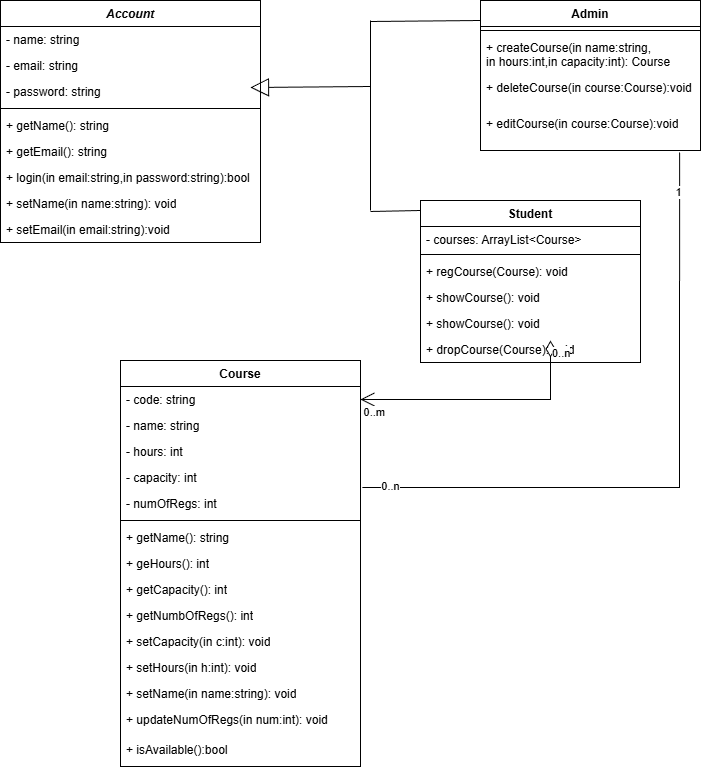
Before: class diagram/ClassDiagram.png, a diagram exported from draw.io (mahmoud-hassan1/SWE_Project). Source tidied: cells renumbered, new cells last; positions are measured from the earlier drawing's top-left corner, leaving out a move shared by most shapes.
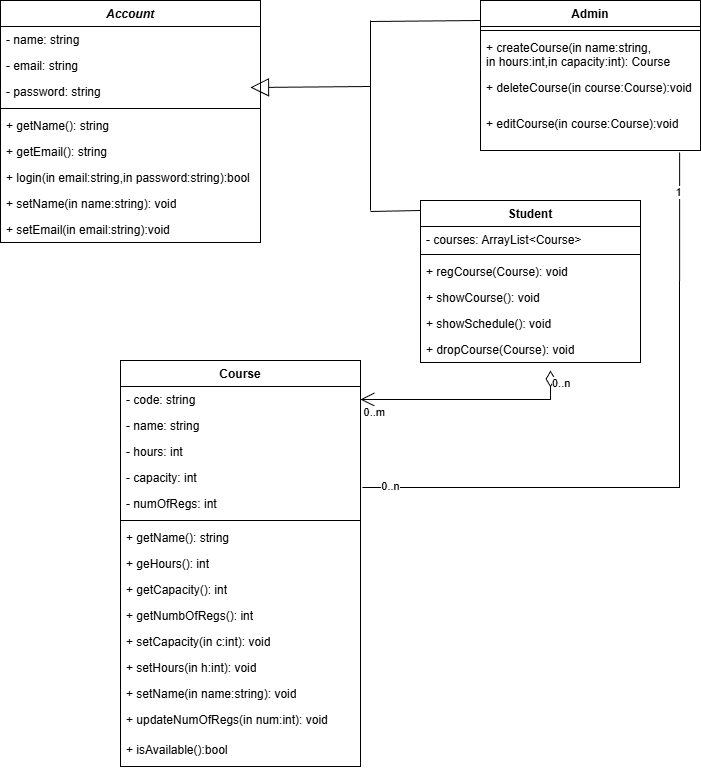
Later version of the same file.

Commit message:
fix class diagram

What changed in the source:
```diff
@@ -110,7 +110,7 @@
     <mxCell id="37" value="+ showCourse(): void" style="text;strokeColor=none;fillColor=none;align=left;verticalAlign=top;spacingLeft=4;spacingRight=4;overflow=hidden;whiteSpace=wrap;html=1;" parent="33" vertex="1">
       <mxGeometry y="84" width="220" height="26" as="geometry" />
     </mxCell>
-    <mxCell id="38" value="+ showCourse(): void" style="text;strokeColor=none;fillColor=none;align=left;verticalAlign=top;spacingLeft=4;spacingRight=4;overflow=hidden;whiteSpace=wrap;html=1;" parent="33" vertex="1">
+    <mxCell id="38" value="+ showSchedule(): void" style="text;strokeColor=none;fillColor=none;align=left;verticalAlign=top;spacingLeft=4;spacingRight=4;overflow=hidden;whiteSpace=wrap;html=1;" parent="33" vertex="1">
       <mxGeometry y="110" width="220" height="26" as="geometry" />
     </mxCell>
     <mxCell id="39" value="+ dropCourse(Course): void" style="text;strokeColor=none;fillColor=none;align=left;verticalAlign=top;spacingLeft=4;spacingRight=4;overflow=hidden;whiteSpace=wrap;html=1;" parent="33" vertex="1">
@@ -142,7 +142,7 @@
     </mxCell>
     <mxCell id="44" style="endArrow=open;html=1;endSize=12;startArrow=diamondThin;startSize=14;startFill=0;edgeStyle=orthogonalEdgeStyle;rounded=0;entryX=1;entryY=0.5;entryDx=0;entryDy=0;" parent="1" edge="1" target="18">
       <mxGeometry relative="1" as="geometry">
-        <mxPoint x="550" y="340" as="sourcePoint" />
+        <mxPoint x="550" y="370" as="sourcePoint" />
       </mxGeometry>
     </mxCell>
     <mxCell id="45" value="0..n" style="edgeLabel;html=1;align=left;verticalAlign=top;" parent="44" vertex="1">
```
